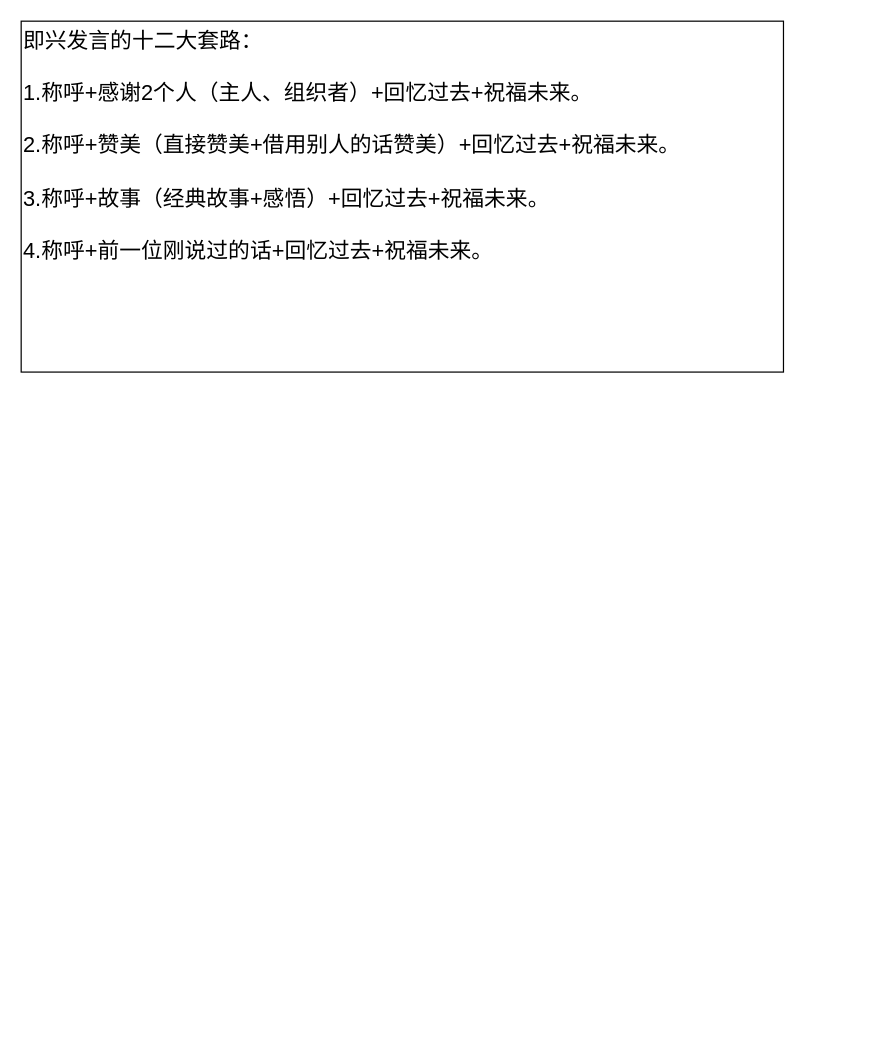
Above: Others/eloquence.drawio in KGwolf/MyDraw (draw.io), before the change. Source tidied: cells renumbered, new cells numbered last; positions are measured from the earlier drawing's top-left corner, leaving out a move shared by most shapes. Both pictures are drawn from the tidied source at 121%, with x=0, y=0 at pixel (21, 21).
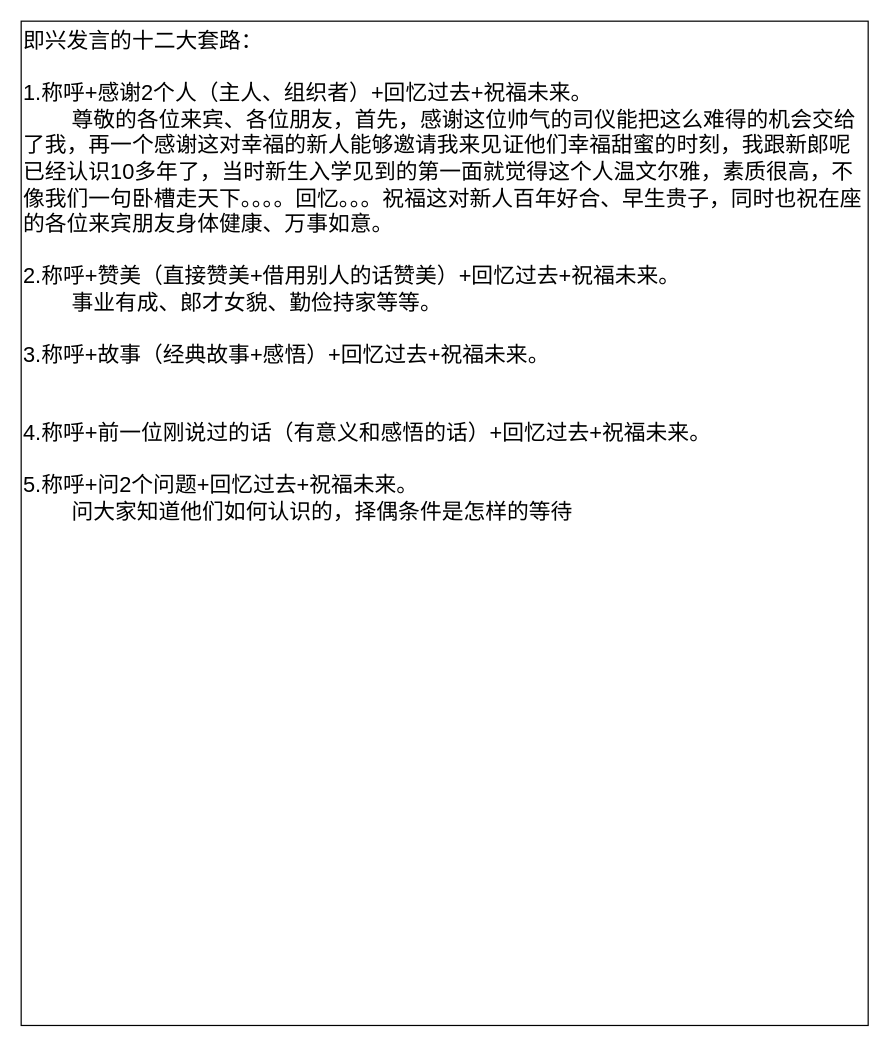
Above is the later version.

Change to the diagram source:
```diff
@@
 <mxGraphModel>
   <root>
     <mxCell id="0" />
     <mxCell id="1" parent="0" />
-    <mxCell id="2" value="即兴发言的十二大套路：&lt;br&gt;&lt;br&gt;1.称呼+感谢2个人（主人、组织者）+回忆过去+祝福未来。&lt;br&gt;&lt;br&gt;2.称呼+赞美（直接赞美+借用别人的话赞美）+回忆过去+祝福未来。&lt;br&gt;&lt;br&gt;3.称呼+故事（经典故事+感悟）+回忆过去+祝福未来。&lt;br&gt;&lt;br&gt;4.称呼+前一位刚说过的话+回忆过去+祝福未来。" style="rounded=0;whiteSpace=wrap;html=1;fontSize=18;align=left;verticalAlign=top;" parent="1" vertex="1">
-      <mxGeometry width="630" height="290" as="geometry" />
+    <mxCell id="2" value="即兴发言的十二大套路：&lt;br&gt;&lt;br&gt;1.称呼+感谢2个人（主人、组织者）+回忆过去+祝福未来。&lt;br&gt;&lt;span style=&quot;white-space: pre;&quot;&gt;&#9;&lt;/span&gt;尊敬的各位来宾、各位朋友，首先，感谢这位帅气的司仪能把这么难得的机会交给了我，再一个感谢这对幸福的新人能够邀请我来见证他们幸福甜蜜的时刻，我跟新郎呢已经认识10多年了，当时新生入学见到的第一面就觉得这个人温文尔雅，素质很高，不像我们一句卧槽走天下。。。。回忆。。。祝福这对新人百年好合、早生贵子，同时也祝在座的各位来宾朋友身体健康、万事如意。&lt;br&gt;&lt;br&gt;2.称呼+赞美（直接赞美+借用别人的话赞美）+回忆过去+祝福未来。&lt;br&gt;&lt;span style=&quot;white-space: pre;&quot;&gt;&#9;&lt;/span&gt;事业有成、郎才女貌、勤俭持家等等。&lt;br&gt;&lt;br&gt;3.称呼+故事（经典故事+感悟）+回忆过去+祝福未来。&lt;br&gt;&lt;span style=&quot;white-space: pre;&quot;&gt;&#9;&lt;/span&gt;&lt;br&gt;&lt;br&gt;4.称呼+前一位刚说过的话（有意义和感悟的话）+回忆过去+祝福未来。&lt;br&gt;&lt;br&gt;5.称呼+问2个问题+回忆过去+祝福未来。&lt;br&gt;&lt;span style=&quot;white-space: pre;&quot;&gt;&#9;&lt;/span&gt;问大家知道他们如何认识的，择偶条件是怎样的等待" style="rounded=0;whiteSpace=wrap;html=1;fontSize=18;align=left;verticalAlign=top;" parent="1" vertex="1">
+      <mxGeometry width="700" height="830" as="geometry" />
     </mxCell>
   </root>
 </mxGraphModel>
```
